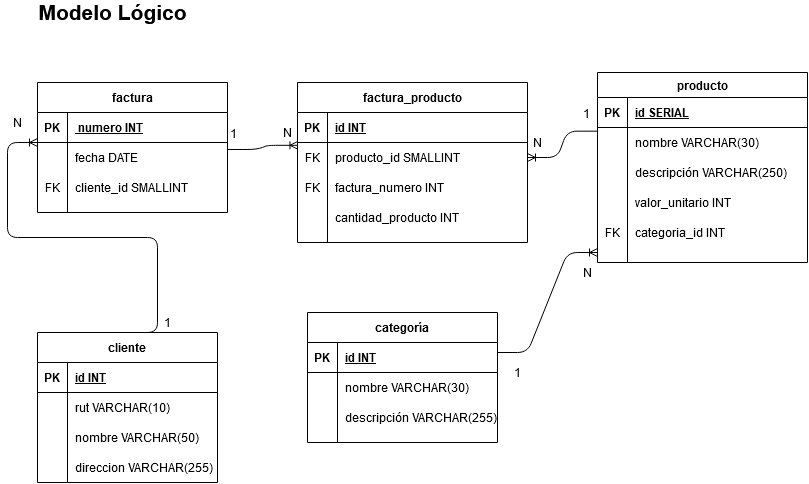
Before: prueba_sql.png, a diagram exported from draw.io (gilibethvega/prueba_sql). Source tidied: cells renumbered, new cells last; positions are measured from the earlier drawing's top-left corner, leaving out a move shared by most shapes.
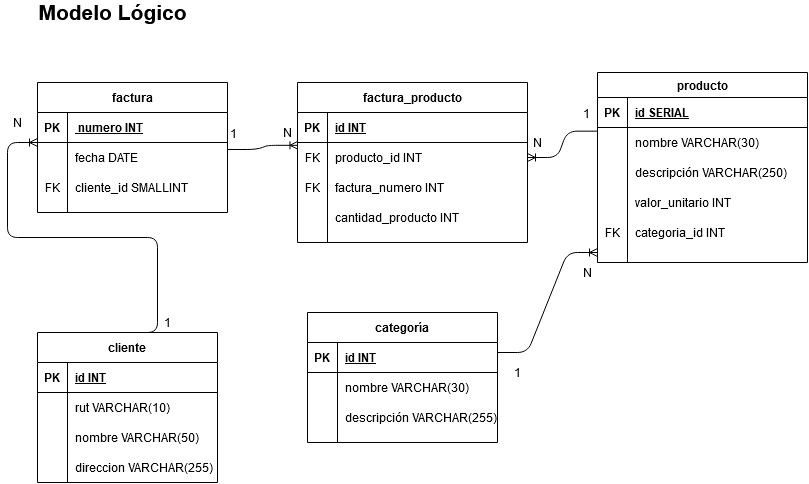
The same diagram one commit later.

Change to the diagram source:
```diff
@@ -161,7 +161,7 @@
     <mxCell id="54" value="FK" style="shape=partialRectangle;fillColor=none;top=0;left=0;bottom=0;right=0;overflow=hidden;" parent="53" vertex="1">
       <mxGeometry width="30" height="30" as="geometry" />
     </mxCell>
-    <mxCell id="55" value="producto_id SMALLINT" style="shape=partialRectangle;fillColor=none;top=0;left=0;bottom=0;right=0;align=left;spacingLeft=6;overflow=hidden;" parent="53" vertex="1">
+    <mxCell id="55" value="producto_id INT" style="shape=partialRectangle;fillColor=none;top=0;left=0;bottom=0;right=0;align=left;spacingLeft=6;overflow=hidden;" parent="53" vertex="1">
       <mxGeometry x="30" width="200" height="30" as="geometry" />
     </mxCell>
     <mxCell id="56" style="shape=partialRectangle;fillColor=none;top=0;left=0;bottom=0;right=0;" parent="49" vertex="1">
```
